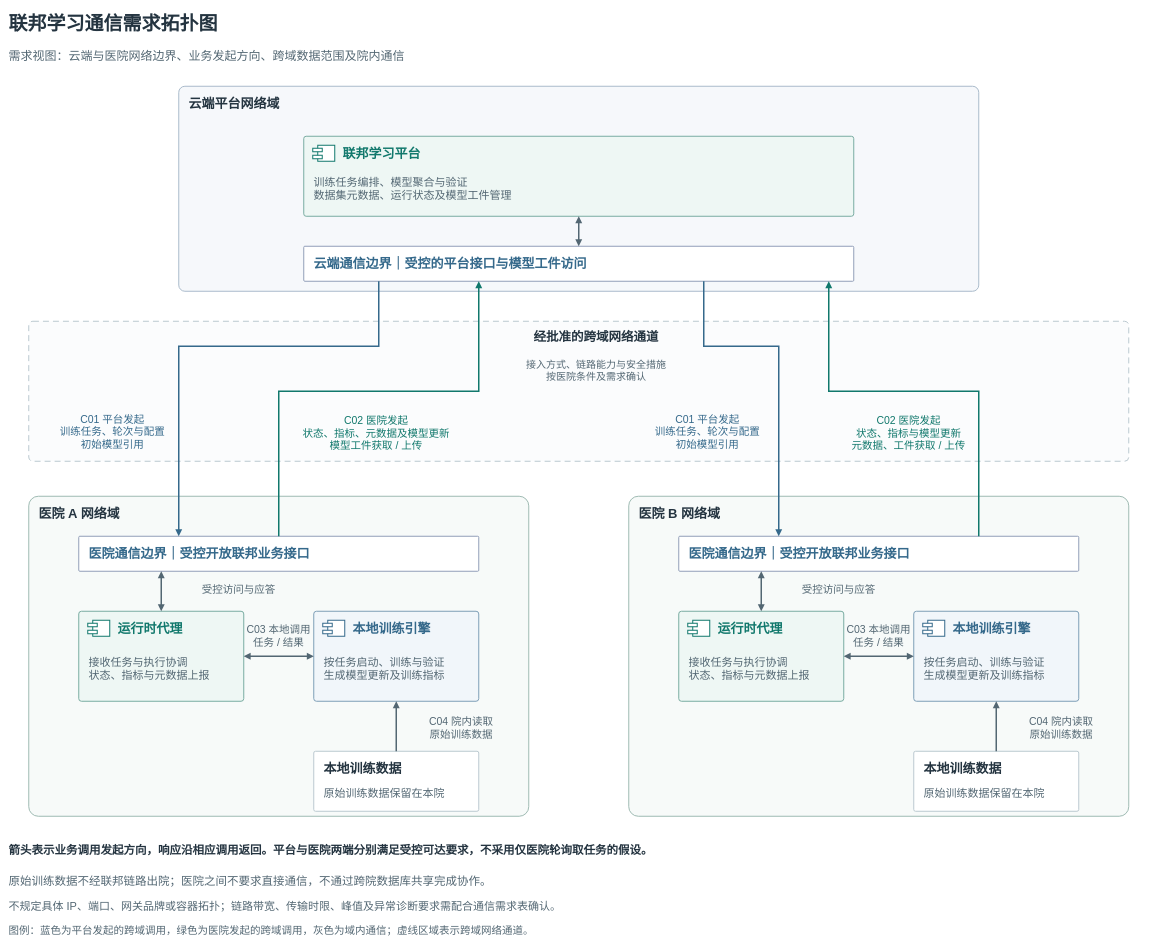
Earlier version of the draw.io diagram docs/438c/merge/figures/federation-learning-communication-requirements.drawio (medol-labs/federation-learning). Source tidied: cells renumbered, new cells numbered last; positions are measured from the earlier drawing's top-left corner, leaving out a move shared by most shapes. Both pictures are drawn from the tidied source at 50%, with x=0, y=0 at pixel (8, 8).
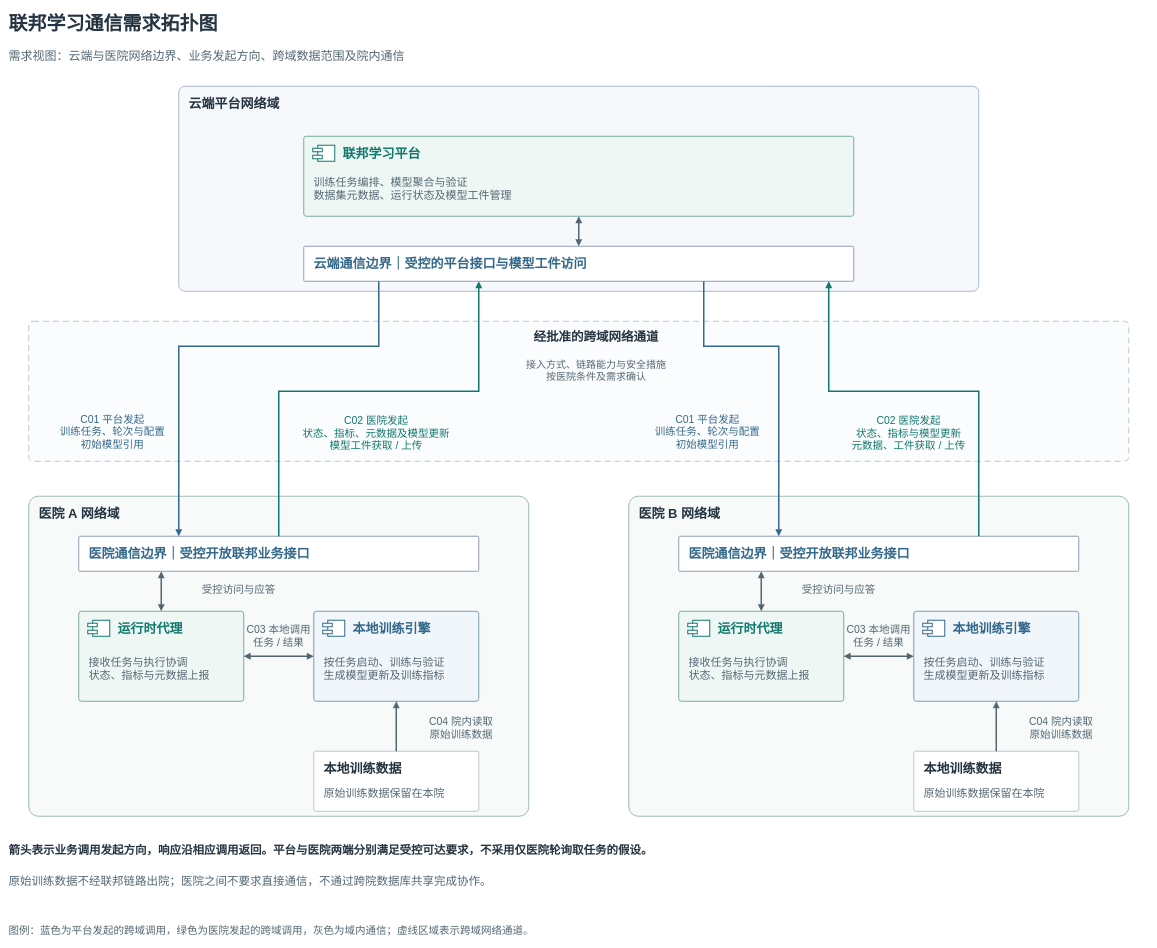
The same page after the edit.

Commit message (it also covers changes not shown here):
docs: update twin architecture functions and simplify topology notes

Diff of the diagram source:
```diff
@@
-    <mxCell id="79" value="不规定具体 IP、端口、网关品牌或容器拓扑；链路带宽、传输时限、峰值及异常诊断要求需配合通信需求表确认。" style="text;html=0;whiteSpace=wrap;overflow=hidden;align=left;verticalAlign=middle;fontFamily=PingFang SC;fontSize=22;fontColor=#536773;fontStyle=0;spacing=0;" parent="1" vertex="1">
-      <mxGeometry y="1775" width="2280" height="40" as="geometry" />
-    </mxCell>
```
